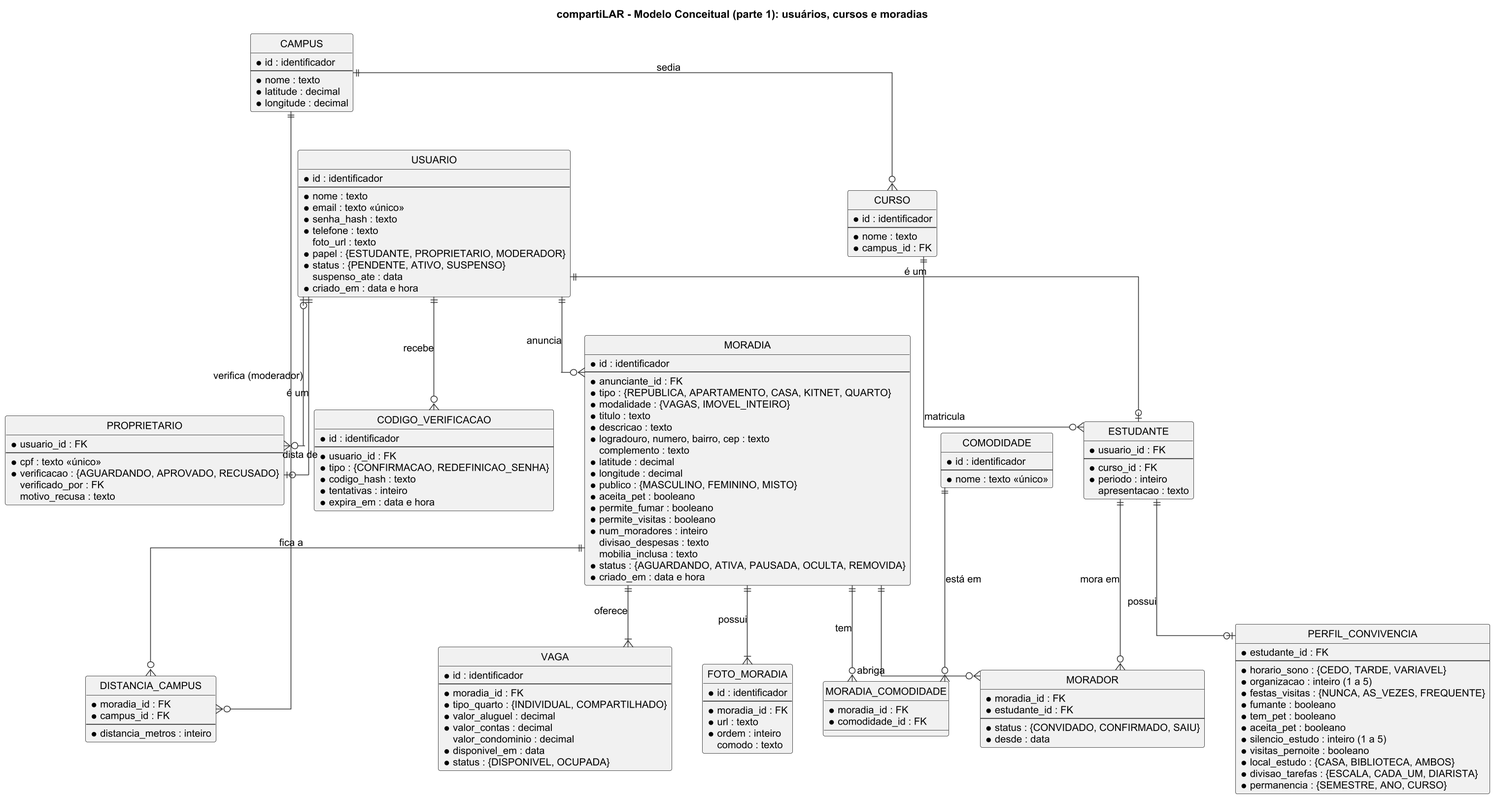
This is docs/diagramas/modelo-conceitual-parte1.png from CaueFAbreu/compartiLAR, a PlantUML export, as it was before one commit.
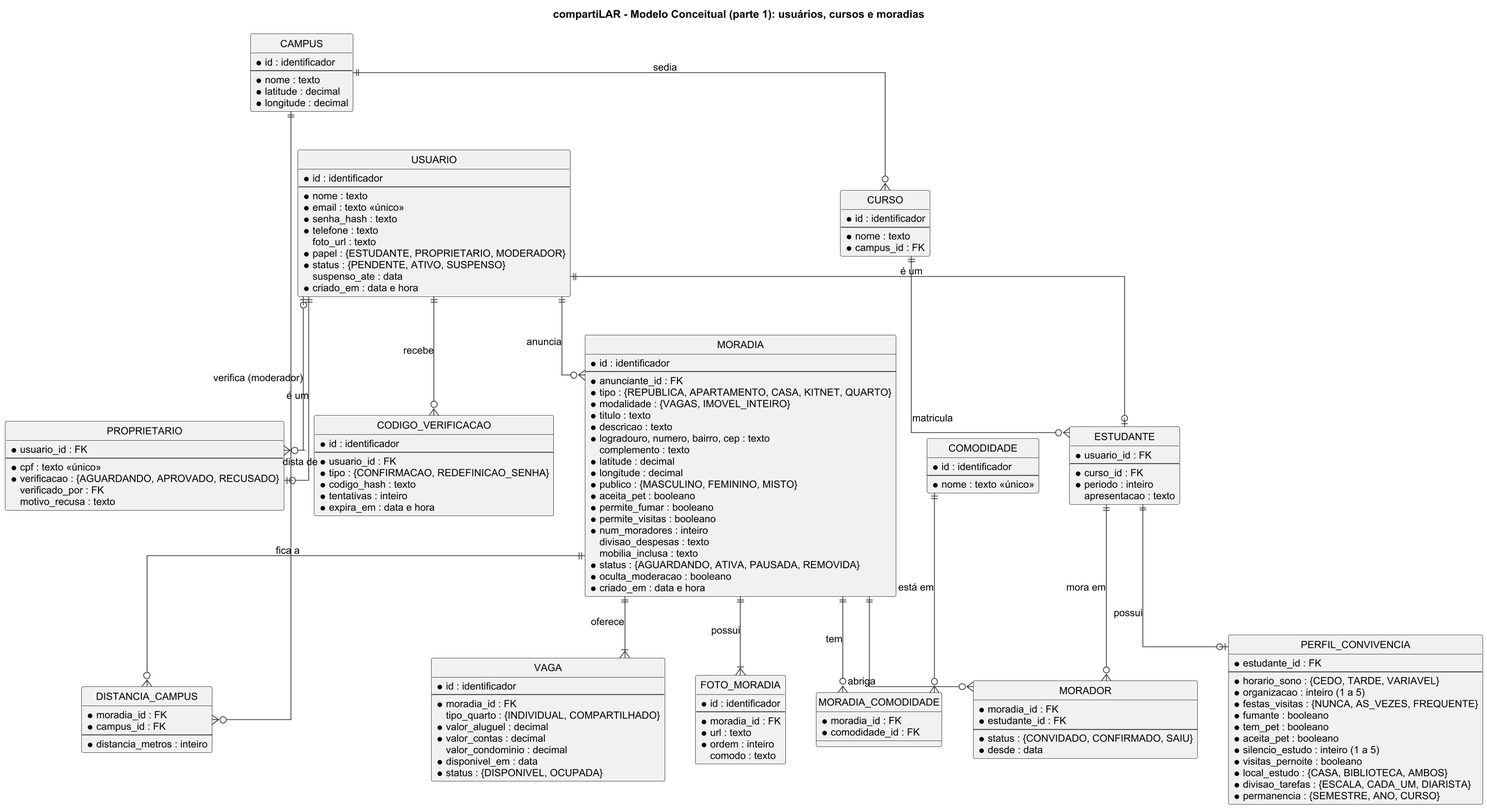
The same file after the commit.

The edit, as a diff of the source:
```diff
@@ -104,7 +104,8 @@
   * num_moradores : inteiro
   divisao_despesas : texto
   mobilia_inclusa : texto
-  * status : {AGUARDANDO, ATIVA, PAUSADA, OCULTA, REMOVIDA}
+  * status : {AGUARDANDO, ATIVA, PAUSADA, REMOVIDA}
+  * oculta_moderacao : booleano
   * criado_em : data e hora
 }
 
@@ -139,7 +140,7 @@
   * id : identificador
   --
   * moradia_id : FK
-  * tipo_quarto : {INDIVIDUAL, COMPARTILHADO}
+  tipo_quarto : {INDIVIDUAL, COMPARTILHADO}
   * valor_aluguel : decimal
   * valor_contas : decimal
   valor_condominio : decimal
```
